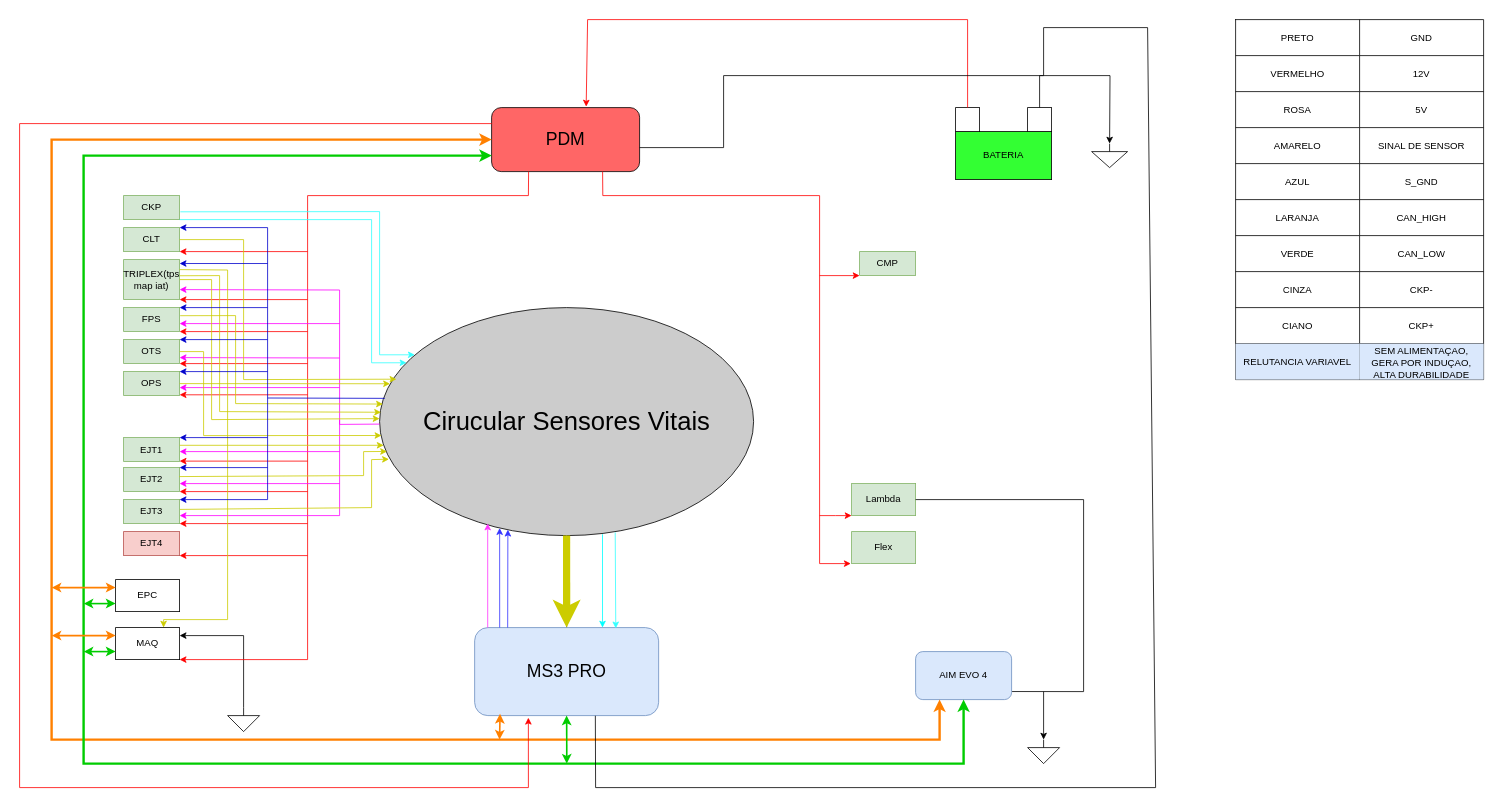
This is MalhaSensores_Mesa.drawio from tutorres/FormulaMM, a draw.io file, before an edit. Source tidied: cells renumbered, new cells numbered last; positions are measured from the earlier drawing's top-left corner, leaving out a move shared by most shapes. Both pictures are drawn from the tidied source at 80%, with x=0, y=0 at pixel (19, 19).
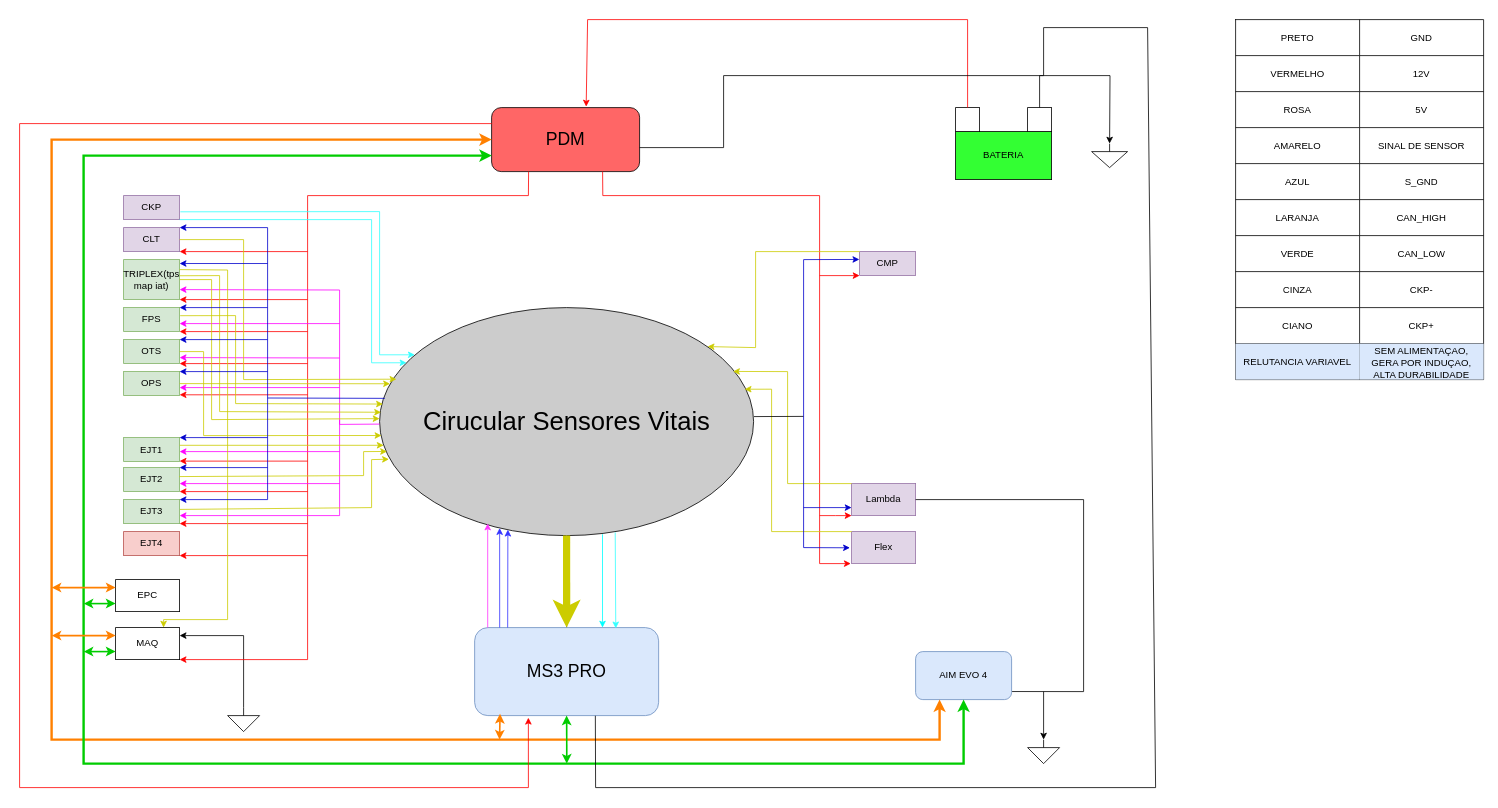
The same page after the edit.

Unchanged cells that the change refers to:
```xml
<mxCell id="12" value="&lt;font style=&quot;font-size: 32px;&quot;&gt;Cirucular Sensores Vitais&lt;/font&gt;" style="ellipse;whiteSpace=wrap;html=1;fillColor=#CCCCCC;" parent="1" vertex="1">
  <mxGeometry x="450" y="360" width="467.5" height="285" as="geometry" />
</mxCell>
```

Change to the diagram source:
```diff
@@
-    <mxCell id="13" value="CKP" style="rounded=0;whiteSpace=wrap;html=1;fillColor=#d5e8d4;strokeColor=#82b366;" parent="1" vertex="1">
+    <mxCell id="13" value="CKP" style="rounded=0;whiteSpace=wrap;html=1;fillColor=#e1d5e7;strokeColor=#9673a6;" parent="1" vertex="1">
       <mxGeometry x="130" y="220" width="70" height="30" as="geometry" />
     </mxCell>
-    <mxCell id="14" value="CLT" style="rounded=0;whiteSpace=wrap;html=1;fillColor=#d5e8d4;strokeColor=#82b366;" parent="1" vertex="1">
+    <mxCell id="14" value="CLT" style="rounded=0;whiteSpace=wrap;html=1;fillColor=#e1d5e7;strokeColor=#9673a6;" parent="1" vertex="1">
       <mxGeometry x="130" y="260" width="70" height="30" as="geometry" />
     </mxCell>
@@
-    <mxCell id="20" value="CMP" style="rounded=0;whiteSpace=wrap;html=1;fillColor=#d5e8d4;strokeColor=#82b366;" parent="1" vertex="1">
+    <mxCell id="20" value="CMP" style="rounded=0;whiteSpace=wrap;html=1;fillColor=#e1d5e7;strokeColor=#9673a6;" parent="1" vertex="1">
       <mxGeometry x="1050" y="290" width="70" height="30" as="geometry" />
     </mxCell>
-    <mxCell id="21" value="Lambda" style="rounded=0;whiteSpace=wrap;html=1;fillColor=#d5e8d4;strokeColor=#82b366;" parent="1" vertex="1">
+    <mxCell id="21" value="Lambda" style="rounded=0;whiteSpace=wrap;html=1;fillColor=#e1d5e7;strokeColor=#9673a6;" parent="1" vertex="1">
       <mxGeometry x="1040" y="580" width="80" height="40" as="geometry" />
     </mxCell>
@@
-    <mxCell id="79" value="Flex" style="rounded=0;whiteSpace=wrap;html=1;fillColor=#d5e8d4;strokeColor=#82b366;" parent="1" vertex="1">
+    <mxCell id="79" value="Flex" style="rounded=0;whiteSpace=wrap;html=1;fillColor=#e1d5e7;strokeColor=#9673a6;" parent="1" vertex="1">
       <mxGeometry x="1040" y="640" width="80" height="40" as="geometry" />
     </mxCell>
@@
+    <mxCell id="125" style="endArrow=classic;html=1;rounded=0;exitX=0;exitY=0;exitDx=0;exitDy=0;entryX=0.877;entryY=0.171;entryDx=0;entryDy=0;entryPerimeter=0;strokeColor=#CCCC00;" parent="1" edge="1" source="20" target="12">
+      <mxGeometry relative="1" as="geometry">
+        <Array as="points">
+          <mxPoint x="920" y="290" />
+          <mxPoint x="920" y="410" />
+        </Array>
+      </mxGeometry>
+    </mxCell>
+    <mxCell id="126" style="endArrow=classic;html=1;rounded=0;exitX=0;exitY=0;exitDx=0;exitDy=0;entryX=0.945;entryY=0.28;entryDx=0;entryDy=0;entryPerimeter=0;strokeColor=#CCCC00;" parent="1" edge="1" source="21" target="12">
+      <mxGeometry relative="1" as="geometry">
+        <Array as="points">
+          <mxPoint x="960" y="580" />
+          <mxPoint x="960" y="440" />
+        </Array>
+      </mxGeometry>
+    </mxCell>
+    <mxCell id="127" style="endArrow=classic;html=1;rounded=0;exitX=0;exitY=0;exitDx=0;exitDy=0;entryX=0.976;entryY=0.358;entryDx=0;entryDy=0;entryPerimeter=0;strokeColor=#CCCC00;" parent="1" edge="1" source="79" target="12">
+      <mxGeometry relative="1" as="geometry">
+        <Array as="points">
+          <mxPoint x="940" y="640" />
+          <mxPoint x="940" y="462" />
+        </Array>
+      </mxGeometry>
+    </mxCell>
+    <mxCell id="128" style="endArrow=none;html=1;rounded=0;exitX=1.001;exitY=0.478;exitDx=0;exitDy=0;exitPerimeter=0;" parent="1" edge="1" source="12">
+      <mxGeometry relative="1" as="geometry">
+        <mxPoint x="980" y="496" as="targetPoint" />
+      </mxGeometry>
+    </mxCell>
+    <mxCell id="129" style="endArrow=none;html=1;rounded=0;strokeColor=#0000CC;" parent="1" edge="1">
+      <mxGeometry relative="1" as="geometry">
+        <mxPoint x="980" y="660" as="sourcePoint" />
+        <mxPoint x="980" y="300" as="targetPoint" />
+      </mxGeometry>
+    </mxCell>
+    <mxCell id="130" style="endArrow=classic;html=1;rounded=0;entryX=-0.004;entryY=0.327;entryDx=0;entryDy=0;entryPerimeter=0;strokeColor=#0000CC;" parent="1" edge="1" target="20">
+      <mxGeometry relative="1" as="geometry">
+        <mxPoint x="980" y="300" as="sourcePoint" />
+      </mxGeometry>
+    </mxCell>
+    <mxCell id="131" style="endArrow=classic;html=1;rounded=0;entryX=-0.026;entryY=0.506;entryDx=0;entryDy=0;entryPerimeter=0;strokeColor=#0000CC;" parent="1" edge="1" target="79">
+      <mxGeometry relative="1" as="geometry">
+        <mxPoint x="980" y="660" as="sourcePoint" />
+      </mxGeometry>
+    </mxCell>
+    <mxCell id="132" style="endArrow=classic;html=1;rounded=0;entryX=-0.026;entryY=0.506;entryDx=0;entryDy=0;entryPerimeter=0;strokeColor=#0000CC;" parent="1" edge="1">
+      <mxGeometry relative="1" as="geometry">
+        <mxPoint x="980" y="610" as="sourcePoint" />
+        <mxPoint x="1040" y="610" as="targetPoint" />
+      </mxGeometry>
+    </mxCell>
```
